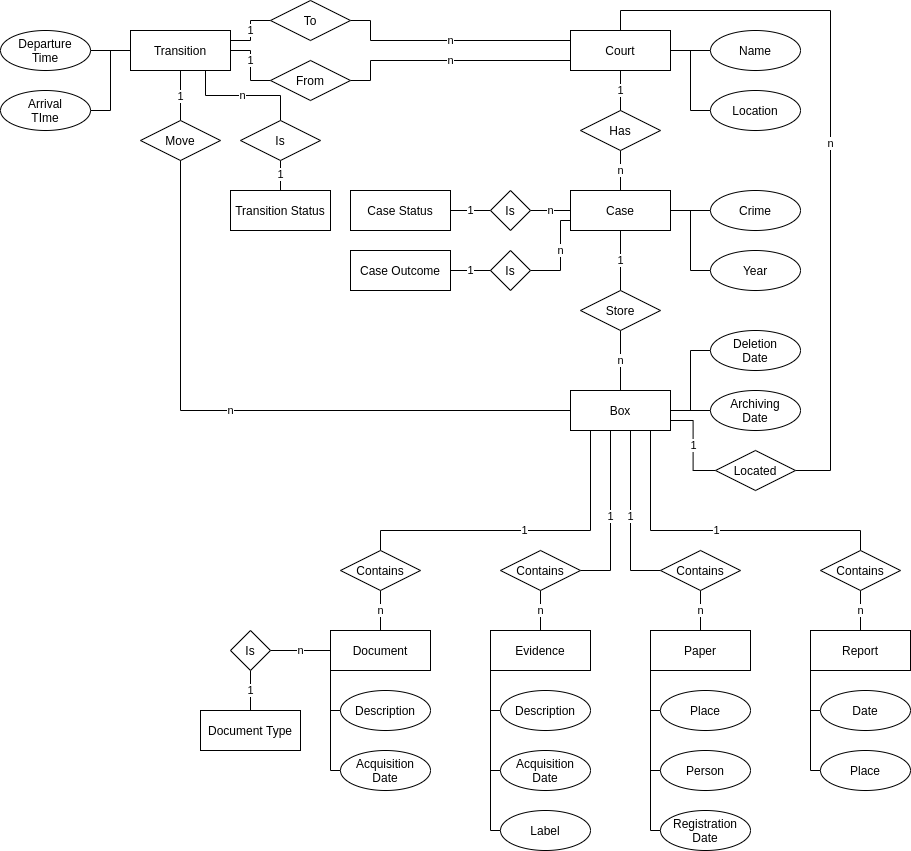
This is docs/images/er.png from PietroJominiITIS/elaborato-esame-2021, a draw.io export, as it was before one commit. Source tidied: cells renumbered, new cells last; positions are measured from the earlier drawing's top-left corner, leaving out a move shared by most shapes.
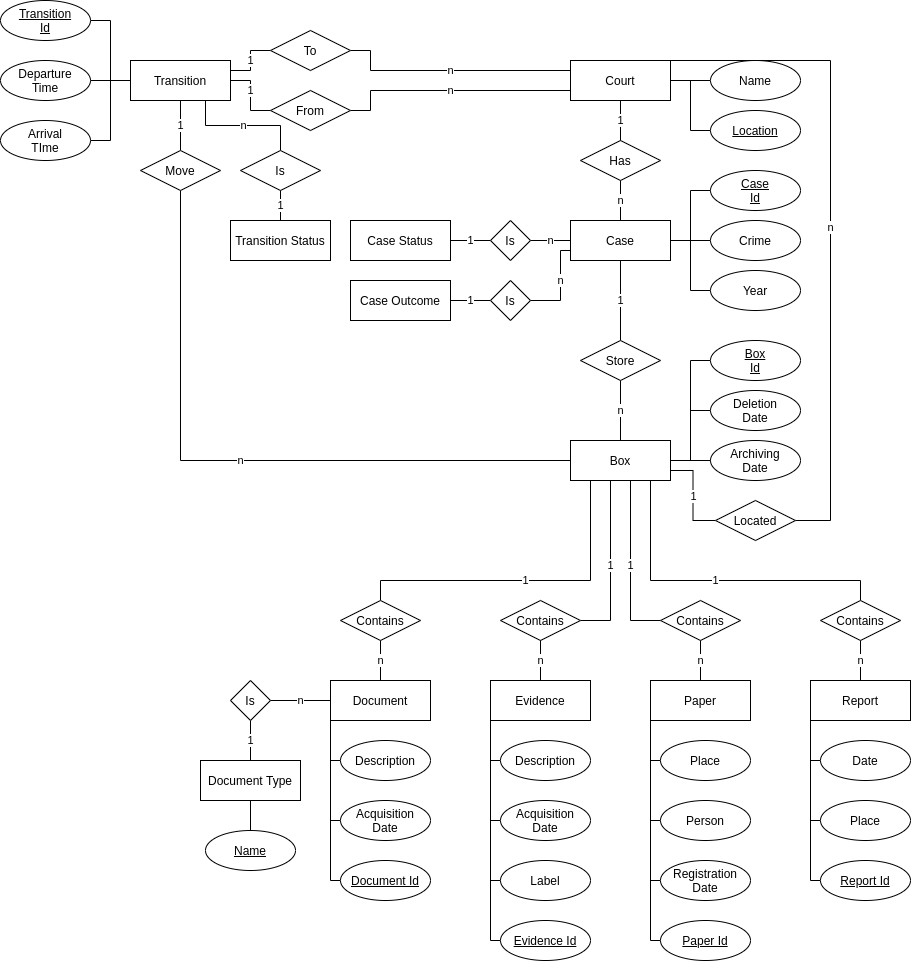
The same file after the commit.

Commit message:
er primery keys

What changed in the source:
```diff
@@ -2,11 +2,11 @@
   <root>
     <mxCell id="0" />
     <mxCell id="1" parent="0" />
-    <mxCell id="2" value="n" style="edgeStyle=orthogonalEdgeStyle;rounded=0;jettySize=auto;html=1;endArrow=none;endFill=0;" parent="1" edge="1" source="3" target="9">
+    <mxCell id="2" value="n" style="edgeStyle=orthogonalEdgeStyle;rounded=0;jettySize=auto;html=1;endArrow=none;endFill=0;entryX=0.5;entryY=0;entryDx=0;entryDy=0;" parent="1" edge="1" source="3" target="9">
       <mxGeometry relative="1" as="geometry" />
     </mxCell>
     <mxCell id="3" value="Has" style="shape=rhombus;perimeter=rhombusPerimeter;whiteSpace=wrap;html=1;align=center;" parent="1" vertex="1">
-      <mxGeometry x="580" y="110" width="80" height="40" as="geometry" />
+      <mxGeometry x="580" y="90" width="80" height="40" as="geometry" />
     </mxCell>
     <mxCell id="4" value="1" style="edgeStyle=orthogonalEdgeStyle;rounded=0;jettySize=auto;html=1;endArrow=none;endFill=0;" parent="1" edge="1" source="6" target="3">
       <mxGeometry relative="1" as="geometry" />
@@ -15,16 +15,16 @@
       <mxGeometry relative="1" as="geometry" />
     </mxCell>
     <mxCell id="6" value="Court" style="whiteSpace=wrap;html=1;align=center;" parent="1" vertex="1">
-      <mxGeometry x="570" y="30" width="100" height="40" as="geometry" />
+      <mxGeometry x="570" y="10" width="100" height="40" as="geometry" />
     </mxCell>
-    <mxCell id="7" value="1" style="edgeStyle=orthogonalEdgeStyle;rounded=0;jettySize=auto;html=1;endArrow=none;endFill=0;" parent="1" edge="1" source="9" target="11">
+    <mxCell id="7" value="1" style="edgeStyle=orthogonalEdgeStyle;rounded=0;jettySize=auto;html=1;endArrow=none;endFill=0;entryX=0.5;entryY=0;entryDx=0;entryDy=0;" parent="1" edge="1" source="9" target="11">
       <mxGeometry relative="1" as="geometry" />
     </mxCell>
     <mxCell id="8" style="edgeStyle=orthogonalEdgeStyle;rounded=0;jettySize=auto;html=1;endArrow=none;endFill=0;" parent="1" edge="1" source="9" target="56">
       <mxGeometry relative="1" as="geometry" />
     </mxCell>
     <mxCell id="9" value="Case" style="whiteSpace=wrap;html=1;align=center;" parent="1" vertex="1">
-      <mxGeometry x="570" y="190" width="100" height="40" as="geometry" />
+      <mxGeometry x="570" y="170" width="100" height="40" as="geometry" />
     </mxCell>
     <mxCell id="10" value="n" style="edgeStyle=orthogonalEdgeStyle;rounded=0;jettySize=auto;html=1;endArrow=none;endFill=0;" parent="1" edge="1" source="11" target="18">
       <mxGeometry relative="1" as="geometry" />
@@ -74,10 +74,13 @@
         <Array as="points">
           <mxPoint x="670" y="410" />
           <mxPoint x="690" y="410" />
-          <mxPoint x="690" y="350" />
+          <mxPoint x="690" y="360" />
         </Array>
       </mxGeometry>
     </mxCell>
+    <mxCell id="92" style="edgeStyle=orthogonalEdgeStyle;rounded=0;jettySize=auto;html=1;entryX=0;entryY=0.5;entryDx=0;entryDy=0;endArrow=none;endFill=0;" parent="1" edge="1" source="18" target="102">
+      <mxGeometry relative="1" as="geometry" />
+    </mxCell>
     <mxCell id="18" value="Box" style="whiteSpace=wrap;html=1;align=center;" parent="1" vertex="1">
       <mxGeometry x="570" y="390" width="100" height="40" as="geometry" />
     </mxCell>
@@ -88,6 +91,13 @@
         </Array>
       </mxGeometry>
     </mxCell>
+    <mxCell id="93" style="edgeStyle=orthogonalEdgeStyle;rounded=0;jettySize=auto;html=1;exitX=0;exitY=1;exitDx=0;exitDy=0;entryX=0;entryY=0.5;entryDx=0;entryDy=0;endArrow=none;endFill=0;" parent="1" edge="1" source="20" target="105">
+      <mxGeometry relative="1" as="geometry">
+        <Array as="points">
+          <mxPoint x="490" y="890" />
+        </Array>
+      </mxGeometry>
+    </mxCell>
     <mxCell id="20" value="Evidence" style="whiteSpace=wrap;html=1;align=center;" parent="1" vertex="1">
       <mxGeometry x="490" y="630" width="100" height="40" as="geometry" />
     </mxCell>
@@ -98,9 +108,23 @@
         </Array>
       </mxGeometry>
     </mxCell>
+    <mxCell id="94" style="edgeStyle=orthogonalEdgeStyle;rounded=0;jettySize=auto;html=1;exitX=0;exitY=1;exitDx=0;exitDy=0;entryX=0;entryY=0.5;entryDx=0;entryDy=0;endArrow=none;endFill=0;" parent="1" edge="1" source="22" target="104">
+      <mxGeometry relative="1" as="geometry">
+        <Array as="points">
+          <mxPoint x="650" y="890" />
+        </Array>
+      </mxGeometry>
+    </mxCell>
     <mxCell id="22" value="Paper" style="whiteSpace=wrap;html=1;align=center;" parent="1" vertex="1">
       <mxGeometry x="650" y="630" width="100" height="40" as="geometry" />
     </mxCell>
+    <mxCell id="95" style="edgeStyle=orthogonalEdgeStyle;rounded=0;jettySize=auto;html=1;exitX=0;exitY=1;exitDx=0;exitDy=0;entryX=0;entryY=0.5;entryDx=0;entryDy=0;endArrow=none;endFill=0;" parent="1" edge="1" source="23" target="103">
+      <mxGeometry relative="1" as="geometry">
+        <Array as="points">
+          <mxPoint x="810" y="830" />
+        </Array>
+      </mxGeometry>
+    </mxCell>
     <mxCell id="23" value="Report" style="whiteSpace=wrap;html=1;align=center;" parent="1" vertex="1">
       <mxGeometry x="810" y="630" width="100" height="40" as="geometry" />
     </mxCell>
@@ -114,6 +138,13 @@
     <mxCell id="25" value="n" style="edgeStyle=orthogonalEdgeStyle;rounded=0;jettySize=auto;html=1;endArrow=none;endFill=0;" parent="1" edge="1" source="26" target="31">
       <mxGeometry relative="1" as="geometry" />
     </mxCell>
+    <mxCell id="96" style="edgeStyle=orthogonalEdgeStyle;rounded=0;jettySize=auto;html=1;exitX=0;exitY=1;exitDx=0;exitDy=0;entryX=0;entryY=0.5;entryDx=0;entryDy=0;endArrow=none;endFill=0;" parent="1" edge="1" source="26" target="106">
+      <mxGeometry relative="1" as="geometry">
+        <Array as="points">
+          <mxPoint x="330" y="830" />
+        </Array>
+      </mxGeometry>
+    </mxCell>
     <mxCell id="26" value="Document" style="whiteSpace=wrap;html=1;align=center;" parent="1" vertex="1">
       <mxGeometry x="330" y="630" width="100" height="40" as="geometry" />
     </mxCell>
@@ -134,6 +165,9 @@
     <mxCell id="31" value="Is" style="shape=rhombus;perimeter=rhombusPerimeter;whiteSpace=wrap;html=1;align=center;" parent="1" vertex="1">
       <mxGeometry x="230" y="630" width="40" height="40" as="geometry" />
     </mxCell>
+    <mxCell id="97" style="edgeStyle=orthogonalEdgeStyle;rounded=0;jettySize=auto;html=1;endArrow=none;endFill=0;" parent="1" edge="1" source="32" target="107">
+      <mxGeometry relative="1" as="geometry" />
+    </mxCell>
     <mxCell id="32" value="Document Type" style="whiteSpace=wrap;html=1;align=center;" parent="1" vertex="1">
       <mxGeometry x="200" y="710" width="100" height="40" as="geometry" />
     </mxCell>
@@ -219,32 +253,32 @@
       <mxGeometry x="820" y="750" width="90" height="40" as="geometry" />
     </mxCell>
     <mxCell id="55" value="Name" style="ellipse;whiteSpace=wrap;html=1;align=center;" parent="1" vertex="1">
-      <mxGeometry x="710" y="30" width="90" height="40" as="geometry" />
+      <mxGeometry x="710" y="10" width="90" height="40" as="geometry" />
     </mxCell>
     <mxCell id="56" value="Crime" style="ellipse;whiteSpace=wrap;html=1;align=center;" parent="1" vertex="1">
-      <mxGeometry x="710" y="190" width="90" height="40" as="geometry" />
+      <mxGeometry x="710" y="170" width="90" height="40" as="geometry" />
     </mxCell>
     <mxCell id="57" style="edgeStyle=orthogonalEdgeStyle;rounded=0;jettySize=auto;html=1;exitX=0;exitY=0.5;exitDx=0;exitDy=0;endArrow=none;endFill=0;" parent="1" edge="1" source="58">
       <mxGeometry relative="1" as="geometry">
-        <mxPoint x="690" y="210" as="targetPoint" />
+        <mxPoint x="690" y="190" as="targetPoint" />
       </mxGeometry>
     </mxCell>
     <mxCell id="58" value="Year" style="ellipse;whiteSpace=wrap;html=1;align=center;" parent="1" vertex="1">
-      <mxGeometry x="710" y="250" width="90" height="40" as="geometry" />
+      <mxGeometry x="710" y="220" width="90" height="40" as="geometry" />
     </mxCell>
     <mxCell id="59" value="n" style="edgeStyle=orthogonalEdgeStyle;rounded=0;orthogonalLoop=1;jettySize=auto;html=1;endArrow=none;endFill=0;" parent="1" edge="1">
       <mxGeometry relative="1" as="geometry">
-        <mxPoint x="570" y="210" as="sourcePoint" />
-        <mxPoint x="530" y="210" as="targetPoint" />
+        <mxPoint x="570" y="190" as="sourcePoint" />
+        <mxPoint x="530" y="190" as="targetPoint" />
       </mxGeometry>
     </mxCell>
     <mxCell id="60" value="n" style="edgeStyle=orthogonalEdgeStyle;rounded=0;jettySize=auto;html=1;endArrow=none;endFill=0;exitX=0;exitY=1;exitDx=0;exitDy=0;" parent="1" edge="1" source="9">
       <mxGeometry relative="1" as="geometry">
-        <mxPoint x="530" y="270" as="targetPoint" />
+        <mxPoint x="530" y="250" as="targetPoint" />
         <Array as="points">
-          <mxPoint x="570" y="220" />
-          <mxPoint x="560" y="220" />
-          <mxPoint x="560" y="270" />
+          <mxPoint x="570" y="200" />
+          <mxPoint x="560" y="200" />
+          <mxPoint x="560" y="250" />
         </Array>
       </mxGeometry>
     </mxCell>
@@ -255,33 +289,33 @@
       <mxGeometry x="710" y="390" width="90" height="40" as="geometry" />
     </mxCell>
     <mxCell id="63" value="Transition Status" style="whiteSpace=wrap;html=1;align=center;" parent="1" vertex="1">
-      <mxGeometry x="230" y="190" width="100" height="40" as="geometry" />
+      <mxGeometry x="230" y="170" width="100" height="40" as="geometry" />
     </mxCell>
     <mxCell id="64" value="1" style="edgeStyle=orthogonalEdgeStyle;rounded=0;jettySize=auto;html=1;endArrow=none;endFill=0;" parent="1" edge="1" source="65" target="66">
       <mxGeometry relative="1" as="geometry" />
     </mxCell>
     <mxCell id="65" value="Is" style="shape=rhombus;perimeter=rhombusPerimeter;whiteSpace=wrap;html=1;align=center;" parent="1" vertex="1">
-      <mxGeometry x="490" y="190" width="40" height="40" as="geometry" />
+      <mxGeometry x="490" y="170" width="40" height="40" as="geometry" />
     </mxCell>
     <mxCell id="66" value="Case Status" style="whiteSpace=wrap;html=1;align=center;" parent="1" vertex="1">
-      <mxGeometry x="350" y="190" width="100" height="40" as="geometry" />
+      <mxGeometry x="350" y="170" width="100" height="40" as="geometry" />
     </mxCell>
     <mxCell id="67" value="1" style="edgeStyle=orthogonalEdgeStyle;rounded=0;jettySize=auto;html=1;endArrow=none;endFill=0;" parent="1" edge="1" source="68" target="69">
       <mxGeometry relative="1" as="geometry" />
     </mxCell>
     <mxCell id="68" value="Is" style="shape=rhombus;perimeter=rhombusPerimeter;whiteSpace=wrap;html=1;align=center;" parent="1" vertex="1">
-      <mxGeometry x="490" y="250" width="40" height="40" as="geometry" />
+      <mxGeometry x="490" y="230" width="40" height="40" as="geometry" />
     </mxCell>
     <mxCell id="69" value="Case Outcome" style="whiteSpace=wrap;html=1;align=center;" parent="1" vertex="1">
-      <mxGeometry x="350" y="250" width="100" height="40" as="geometry" />
+      <mxGeometry x="350" y="230" width="100" height="40" as="geometry" />
     </mxCell>
     <mxCell id="70" style="edgeStyle=orthogonalEdgeStyle;rounded=0;jettySize=auto;html=1;endArrow=none;endFill=0;" parent="1" edge="1" source="71">
       <mxGeometry relative="1" as="geometry">
-        <mxPoint x="690" y="50" as="targetPoint" />
+        <mxPoint x="690" y="30" as="targetPoint" />
       </mxGeometry>
     </mxCell>
-    <mxCell id="71" value="Location" style="ellipse;whiteSpace=wrap;html=1;align=center;" parent="1" vertex="1">
-      <mxGeometry x="710" y="90" width="90" height="40" as="geometry" />
+    <mxCell id="71" value="Location" style="ellipse;whiteSpace=wrap;html=1;align=center;fontStyle=4;" parent="1" vertex="1">
+      <mxGeometry x="710" y="60" width="90" height="40" as="geometry" />
     </mxCell>
     <mxCell id="72" value="n" style="edgeStyle=orthogonalEdgeStyle;rounded=0;jettySize=auto;html=1;endArrow=none;endFill=0;" parent="1" edge="1" source="73" target="6">
       <mxGeometry relative="1" as="geometry">
@@ -298,17 +332,17 @@
     <mxCell id="74" value="1" style="edgeStyle=orthogonalEdgeStyle;rounded=0;jettySize=auto;html=1;endArrow=none;endFill=0;exitX=1;exitY=0.75;exitDx=0;exitDy=0;" parent="1" edge="1" source="78" target="80">
       <mxGeometry relative="1" as="geometry">
         <Array as="points">
-          <mxPoint x="230" y="50" />
-          <mxPoint x="250" y="50" />
-          <mxPoint x="250" y="80" />
+          <mxPoint x="230" y="30" />
+          <mxPoint x="250" y="30" />
+          <mxPoint x="250" y="60" />
         </Array>
       </mxGeometry>
     </mxCell>
     <mxCell id="75" value="1" style="edgeStyle=orthogonalEdgeStyle;rounded=0;jettySize=auto;html=1;endArrow=none;endFill=0;" parent="1" edge="1" source="78" target="82">
       <mxGeometry relative="1" as="geometry">
         <Array as="points">
-          <mxPoint x="250" y="40" />
           <mxPoint x="250" y="20" />
+          <mxPoint x="250" />
         </Array>
       </mxGeometry>
     </mxCell>
@@ -319,29 +353,29 @@
       <mxGeometry relative="1" as="geometry" />
     </mxCell>
     <mxCell id="78" value="Transition" style="whiteSpace=wrap;html=1;align=center;" parent="1" vertex="1">
-      <mxGeometry x="130" y="30" width="100" height="40" as="geometry" />
+      <mxGeometry x="130" y="10" width="100" height="40" as="geometry" />
     </mxCell>
     <mxCell id="79" value="n" style="edgeStyle=orthogonalEdgeStyle;rounded=0;jettySize=auto;html=1;entryX=0;entryY=0.75;entryDx=0;entryDy=0;endArrow=none;endFill=0;" parent="1" edge="1" source="80" target="6">
       <mxGeometry relative="1" as="geometry">
         <Array as="points">
-          <mxPoint x="370" y="80" />
           <mxPoint x="370" y="60" />
+          <mxPoint x="370" y="40" />
         </Array>
       </mxGeometry>
     </mxCell>
     <mxCell id="80" value="From" style="shape=rhombus;perimeter=rhombusPerimeter;whiteSpace=wrap;html=1;align=center;" parent="1" vertex="1">
-      <mxGeometry x="270" y="60" width="80" height="40" as="geometry" />
+      <mxGeometry x="270" y="40" width="80" height="40" as="geometry" />
     </mxCell>
     <mxCell id="81" value="n" style="edgeStyle=orthogonalEdgeStyle;rounded=0;jettySize=auto;html=1;entryX=0;entryY=0.25;entryDx=0;entryDy=0;endArrow=none;endFill=0;" parent="1" edge="1" source="82" target="6">
       <mxGeometry relative="1" as="geometry">
         <Array as="points">
+          <mxPoint x="370" />
           <mxPoint x="370" y="20" />
-          <mxPoint x="370" y="40" />
         </Array>
       </mxGeometry>
     </mxCell>
     <mxCell id="82" value="To" style="shape=rhombus;perimeter=rhombusPerimeter;whiteSpace=wrap;html=1;align=center;" parent="1" vertex="1">
-      <mxGeometry x="270" width="80" height="40" as="geometry" />
+      <mxGeometry x="270" y="-20" width="80" height="40" as="geometry" />
     </mxCell>
     <mxCell id="83" value="n" style="edgeStyle=orthogonalEdgeStyle;rounded=0;jettySize=auto;html=1;entryX=0;entryY=0.5;entryDx=0;entryDy=0;endArrow=none;endFill=0;verticalAlign=middle;labelPosition=center;verticalLabelPosition=middle;align=center;horizontal=1;fontFamily=Helvetica;" parent="1" edge="1" source="84" target="18">
       <mxGeometry relative="1" as="geometry">
@@ -352,32 +386,67 @@
       </mxGeometry>
     </mxCell>
     <mxCell id="84" value="Move" style="shape=rhombus;perimeter=rhombusPerimeter;whiteSpace=wrap;html=1;align=center;" parent="1" vertex="1">
-      <mxGeometry x="140" y="120" width="80" height="40" as="geometry" />
+      <mxGeometry x="140" y="100" width="80" height="40" as="geometry" />
     </mxCell>
     <mxCell id="85" style="edgeStyle=orthogonalEdgeStyle;rounded=0;jettySize=auto;html=1;exitX=0;exitY=0.5;exitDx=0;exitDy=0;endArrow=none;endFill=0;" parent="1" edge="1" target="86">
       <mxGeometry relative="1" as="geometry">
-        <mxPoint x="130" y="50" as="sourcePoint" />
+        <mxPoint x="130" y="30" as="sourcePoint" />
       </mxGeometry>
     </mxCell>
     <mxCell id="86" value="Departure&lt;br&gt;Time" style="ellipse;whiteSpace=wrap;html=1;align=center;" parent="1" vertex="1">
-      <mxGeometry y="30" width="90" height="40" as="geometry" />
+      <mxGeometry y="10" width="90" height="40" as="geometry" />
     </mxCell>
     <mxCell id="87" style="edgeStyle=orthogonalEdgeStyle;rounded=0;jettySize=auto;html=1;endArrow=none;endFill=0;" parent="1" edge="1" source="88">
       <mxGeometry relative="1" as="geometry">
-        <mxPoint x="110" y="50" as="targetPoint" />
+        <mxPoint x="110" y="30" as="targetPoint" />
       </mxGeometry>
     </mxCell>
     <mxCell id="88" value="Arrival&lt;br&gt;TIme" style="ellipse;whiteSpace=wrap;html=1;align=center;" parent="1" vertex="1">
-      <mxGeometry y="90" width="90" height="40" as="geometry" />
+      <mxGeometry y="70" width="90" height="40" as="geometry" />
     </mxCell>
-    <mxCell id="89" value="1" style="edgeStyle=orthogonalEdgeStyle;rounded=0;jettySize=auto;html=1;endArrow=none;endFill=0;" parent="1" edge="1" source="90" target="63">
+    <mxCell id="89" value="1" style="edgeStyle=orthogonalEdgeStyle;rounded=0;jettySize=auto;html=1;endArrow=none;endFill=0;entryX=0.5;entryY=0;entryDx=0;entryDy=0;" parent="1" edge="1" source="90" target="63">
       <mxGeometry relative="1" as="geometry" />
     </mxCell>
     <mxCell id="90" value="Is" style="shape=rhombus;perimeter=rhombusPerimeter;whiteSpace=wrap;html=1;align=center;" parent="1" vertex="1">
-      <mxGeometry x="240" y="120" width="80" height="40" as="geometry" />
+      <mxGeometry x="240" y="100" width="80" height="40" as="geometry" />
     </mxCell>
     <mxCell id="91" value="Deletion&lt;br&gt;Date" style="ellipse;whiteSpace=wrap;html=1;align=center;" parent="1" vertex="1">
-      <mxGeometry x="710" y="330" width="90" height="40" as="geometry" />
+      <mxGeometry x="710" y="340" width="90" height="40" as="geometry" />
     </mxCell>
+    <mxCell id="98" style="edgeStyle=orthogonalEdgeStyle;rounded=0;jettySize=auto;html=1;endArrow=none;endFill=0;" parent="1" edge="1" source="99" target="78">
+      <mxGeometry relative="1" as="geometry">
+        <Array as="points">
+          <mxPoint x="110" y="-30" />
+          <mxPoint x="110" y="30" />
+        </Array>
+      </mxGeometry>
+    </mxCell>
+    <mxCell id="99" value="Transition&lt;br&gt;Id" style="ellipse;whiteSpace=wrap;html=1;align=center;fontStyle=4;" parent="1" vertex="1">
+      <mxGeometry y="-50" width="90" height="40" as="geometry" />
+    </mxCell>
+    <mxCell id="100" style="edgeStyle=orthogonalEdgeStyle;rounded=0;jettySize=auto;html=1;entryX=1;entryY=0.5;entryDx=0;entryDy=0;endArrow=none;endFill=0;" parent="1" edge="1" source="101" target="9">
+      <mxGeometry relative="1" as="geometry" />
+    </mxCell>
+    <mxCell id="101" value="Case&lt;br&gt;Id" style="ellipse;whiteSpace=wrap;html=1;align=center;fontStyle=4;" parent="1" vertex="1">
+      <mxGeometry x="710" y="120" width="90" height="40" as="geometry" />
+    </mxCell>
+    <mxCell id="102" value="Box&lt;br&gt;Id" style="ellipse;whiteSpace=wrap;html=1;align=center;fontStyle=4;" parent="1" vertex="1">
+      <mxGeometry x="710" y="290" width="90" height="40" as="geometry" />
+    </mxCell>
+    <mxCell id="103" value="Report Id" style="ellipse;whiteSpace=wrap;html=1;align=center;fontStyle=4;" parent="1" vertex="1">
+      <mxGeometry x="820" y="810" width="90" height="40" as="geometry" />
+    </mxCell>
+    <mxCell id="104" value="Paper&amp;nbsp;Id" style="ellipse;whiteSpace=wrap;html=1;align=center;fontStyle=4;" parent="1" vertex="1">
+      <mxGeometry x="660" y="870" width="90" height="40" as="geometry" />
+    </mxCell>
+    <mxCell id="105" value="Evidence Id" style="ellipse;whiteSpace=wrap;html=1;align=center;fontStyle=4;" parent="1" vertex="1">
+      <mxGeometry x="500" y="870" width="90" height="40" as="geometry" />
+    </mxCell>
+    <mxCell id="106" value="Document Id" style="ellipse;whiteSpace=wrap;html=1;align=center;fontStyle=4;" parent="1" vertex="1">
+      <mxGeometry x="340" y="810" width="90" height="40" as="geometry" />
+    </mxCell>
+    <mxCell id="107" value="Name" style="ellipse;whiteSpace=wrap;html=1;align=center;fontStyle=4;" parent="1" vertex="1">
+      <mxGeometry x="205" y="780" width="90" height="40" as="geometry" />
+    </mxCell>
   </root>
 </mxGraphModel>
```
